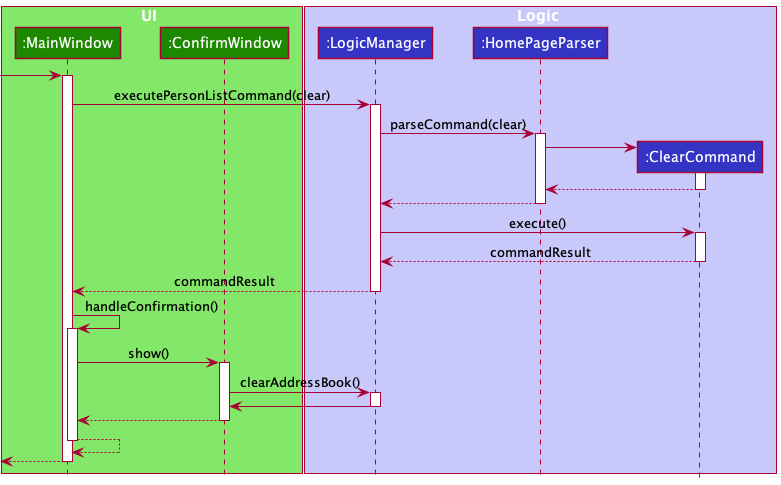
The PlantUML diagram docs/images/ClearSequenceDiagram.png in tonishka/tp, before a commit.
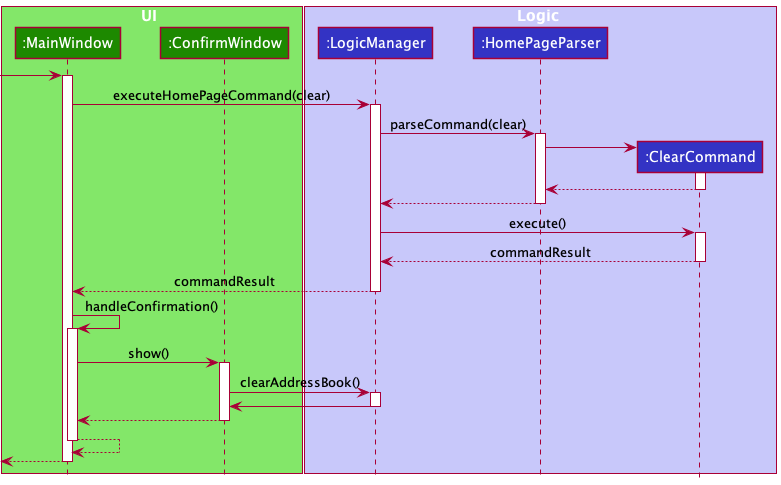
Above is the later version.

Change to the diagram source:
```diff
@@ -14,7 +14,7 @@
 
 -> MainWindow
 activate MainWindow
-MainWindow -> LogicManager:executePersonListCommand(clear)
+MainWindow -> LogicManager:executeHomePageCommand(clear)
 activate LogicManager
 
 LogicManager -> HomePageParser : parseCommand(clear)
```
